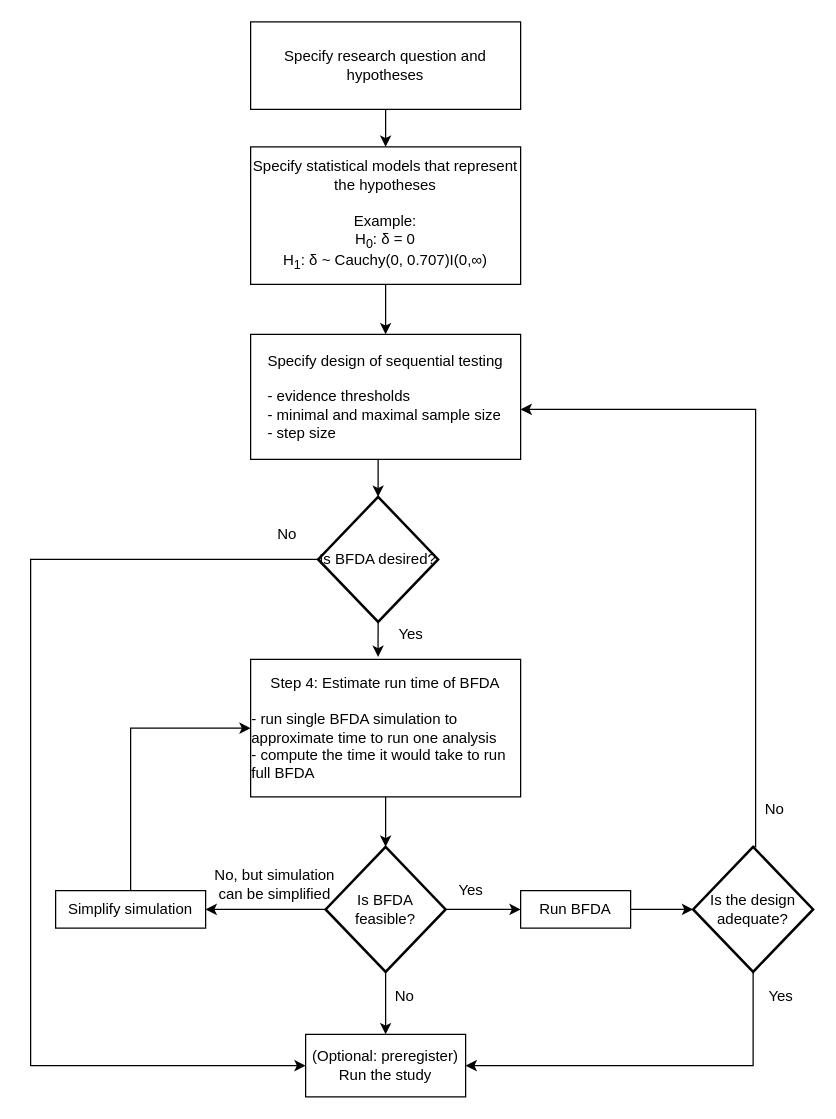
This is figures/planning-sequential-study.drawio from Kucharssim/infant-sequential-testing, a draw.io file, before an edit. Source tidied: cells renumbered, new cells numbered last; positions are measured from the earlier drawing's top-left corner, leaving out a move shared by most shapes. Both pictures are drawn from the tidied source at 125%, with x=0, y=0 at pixel (30, 21).
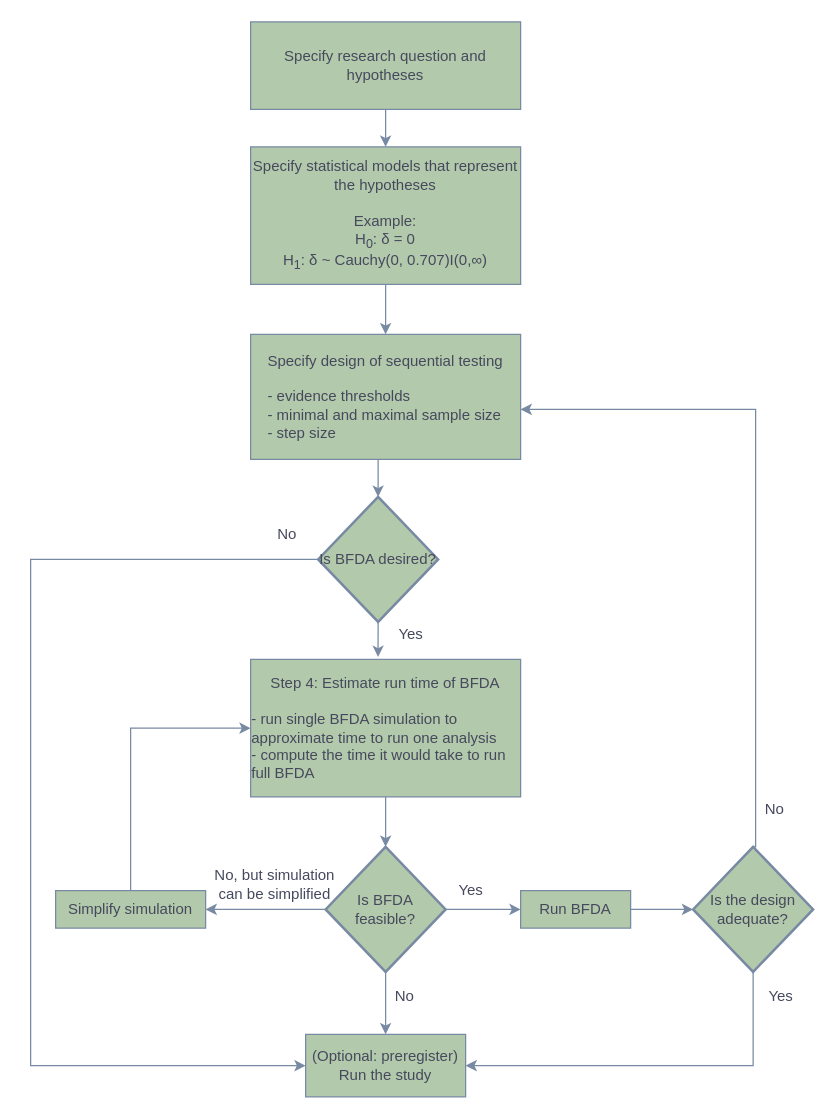
The same diagram, later.

The edit, as a diff of the source:
```diff
@@
-    <mxCell id="2" value="Specify research question and hypotheses" style="rounded=0;whiteSpace=wrap;html=1;" parent="1" vertex="1">
+    <mxCell id="2" value="Specify research question and hypotheses" style="rounded=0;whiteSpace=wrap;html=1;fillColor=#B2C9AB;strokeColor=#788AA3;fontColor=#46495D;" parent="1" vertex="1">
       <mxGeometry x="176" width="216" height="70" as="geometry" />
     </mxCell>
-    <mxCell id="3" value="Specify statistical models that represent the hypotheses&lt;br&gt;&lt;br&gt;Example:&lt;br&gt;H&lt;sub&gt;0&lt;/sub&gt;:&amp;nbsp;δ = 0&lt;br&gt;H&lt;sub&gt;1&lt;/sub&gt;:&amp;nbsp;δ ~ Cauchy(0, 0.707)I(0,∞)" style="rounded=0;whiteSpace=wrap;html=1;" parent="1" vertex="1">
+    <mxCell id="3" value="Specify statistical models that represent the hypotheses&lt;br&gt;&lt;br&gt;Example:&lt;br&gt;H&lt;sub&gt;0&lt;/sub&gt;:&amp;nbsp;δ = 0&lt;br&gt;H&lt;sub&gt;1&lt;/sub&gt;:&amp;nbsp;δ ~ Cauchy(0, 0.707)I(0,∞)" style="rounded=0;whiteSpace=wrap;html=1;fillColor=#B2C9AB;strokeColor=#788AA3;fontColor=#46495D;" parent="1" vertex="1">
       <mxGeometry x="176" y="100" width="216" height="110" as="geometry" />
     </mxCell>
-    <mxCell id="4" style="endArrow=classic;html=1;rounded=0;exitX=0.5;exitY=1;exitDx=0;exitDy=0;" parent="1" edge="1" source="2" target="3">
+    <mxCell id="4" style="endArrow=classic;html=1;rounded=0;exitX=0.5;exitY=1;exitDx=0;exitDy=0;strokeColor=#788AA3;fontColor=#46495D;" parent="1" edge="1" source="2" target="3">
       <mxGeometry relative="1" as="geometry" />
     </mxCell>
-    <mxCell id="5" value="Specify design of sequential testing&lt;br&gt;&lt;br&gt;&lt;div style=&quot;text-align: left&quot;&gt;&lt;span style=&quot;font-family: &amp;#34;helvetica&amp;#34; ; font-size: 12px ; font-weight: normal&quot;&gt;- evidence thresholds&lt;/span&gt;&lt;/div&gt;&lt;div style=&quot;text-align: left&quot;&gt;&lt;span style=&quot;font-family: &amp;#34;helvetica&amp;#34; ; font-size: 12px ; font-weight: normal&quot;&gt;- minimal and maximal sample size&lt;/span&gt;&lt;/div&gt;&lt;div style=&quot;text-align: left&quot;&gt;&lt;span style=&quot;font-family: &amp;#34;helvetica&amp;#34; ; font-size: 12px ; font-weight: normal&quot;&gt;- step size&lt;/span&gt;&lt;/div&gt;" style="rounded=0;whiteSpace=wrap;html=1;" parent="1" vertex="1">
+    <mxCell id="5" value="Specify design of sequential testing&lt;br&gt;&lt;br&gt;&lt;div style=&quot;text-align: left&quot;&gt;&lt;span style=&quot;font-family: &amp;#34;helvetica&amp;#34; ; font-size: 12px ; font-weight: normal&quot;&gt;- evidence thresholds&lt;/span&gt;&lt;/div&gt;&lt;div style=&quot;text-align: left&quot;&gt;&lt;span style=&quot;font-family: &amp;#34;helvetica&amp;#34; ; font-size: 12px ; font-weight: normal&quot;&gt;- minimal and maximal sample size&lt;/span&gt;&lt;/div&gt;&lt;div style=&quot;text-align: left&quot;&gt;&lt;span style=&quot;font-family: &amp;#34;helvetica&amp;#34; ; font-size: 12px ; font-weight: normal&quot;&gt;- step size&lt;/span&gt;&lt;/div&gt;" style="rounded=0;whiteSpace=wrap;html=1;fillColor=#B2C9AB;strokeColor=#788AA3;fontColor=#46495D;" parent="1" vertex="1">
       <mxGeometry x="176" y="250" width="216" height="100" as="geometry" />
     </mxCell>
-    <mxCell id="6" value="Step 4: Estimate run time of BFDA&lt;br&gt;&lt;span&gt;&lt;br&gt;&lt;div style=&quot;text-align: left&quot;&gt;&lt;span&gt;- run single BFDA simulation to approximate time to run one analysis&lt;/span&gt;&lt;/div&gt;&lt;div style=&quot;text-align: left&quot;&gt;&lt;span&gt;- compute the time it would take to run full BFDA&amp;nbsp;&lt;/span&gt;&lt;/div&gt;&lt;/span&gt;" style="rounded=0;whiteSpace=wrap;html=1;" parent="1" vertex="1">
+    <mxCell id="6" value="Step 4: Estimate run time of BFDA&lt;br&gt;&lt;span&gt;&lt;br&gt;&lt;div style=&quot;text-align: left&quot;&gt;&lt;span&gt;- run single BFDA simulation to approximate time to run one analysis&lt;/span&gt;&lt;/div&gt;&lt;div style=&quot;text-align: left&quot;&gt;&lt;span&gt;- compute the time it would take to run full BFDA&amp;nbsp;&lt;/span&gt;&lt;/div&gt;&lt;/span&gt;" style="rounded=0;whiteSpace=wrap;html=1;fillColor=#B2C9AB;strokeColor=#788AA3;fontColor=#46495D;" parent="1" vertex="1">
       <mxGeometry x="176" y="510" width="216" height="110" as="geometry" />
     </mxCell>
-    <mxCell id="7" value="Is BFDA feasible?" style="strokeWidth=2;html=1;shape=mxgraph.flowchart.decision;whiteSpace=wrap;align=center;" parent="1" vertex="1">
+    <mxCell id="7" value="Is BFDA feasible?" style="strokeWidth=2;html=1;shape=mxgraph.flowchart.decision;whiteSpace=wrap;align=center;fillColor=#B2C9AB;strokeColor=#788AA3;fontColor=#46495D;" parent="1" vertex="1">
       <mxGeometry x="236" y="660" width="96" height="100" as="geometry" />
     </mxCell>
-    <mxCell id="8" style="endArrow=classic;html=1;rounded=0;exitX=0.5;exitY=1;exitDx=0;exitDy=0;entryX=0.5;entryY=0;entryDx=0;entryDy=0;entryPerimeter=0;" parent="1" edge="1" source="6" target="7">
+    <mxCell id="8" style="endArrow=classic;html=1;rounded=0;exitX=0.5;exitY=1;exitDx=0;exitDy=0;entryX=0.5;entryY=0;entryDx=0;entryDy=0;entryPerimeter=0;strokeColor=#788AA3;fontColor=#46495D;" parent="1" edge="1" source="6" target="7">
       <mxGeometry relative="1" as="geometry" />
     </mxCell>
-    <mxCell id="9" value="Yes" style="text;html=1;align=center;verticalAlign=middle;strokeColor=none;fillColor=none;" parent="1" vertex="1">
+    <mxCell id="9" value="Yes" style="text;html=1;align=center;verticalAlign=middle;strokeColor=none;fillColor=none;fontColor=#46495D;" parent="1" vertex="1">
       <mxGeometry x="332" y="685" width="40" height="20" as="geometry" />
     </mxCell>
-    <mxCell id="10" value="Run BFDA" style="rounded=0;whiteSpace=wrap;html=1;align=center;" parent="1" vertex="1">
+    <mxCell id="10" value="Run BFDA" style="rounded=0;whiteSpace=wrap;html=1;align=center;fillColor=#B2C9AB;strokeColor=#788AA3;fontColor=#46495D;" parent="1" vertex="1">
       <mxGeometry x="392" y="695" width="88" height="30" as="geometry" />
     </mxCell>
-    <mxCell id="11" style="endArrow=classic;html=1;rounded=0;exitX=1;exitY=0.5;exitDx=0;exitDy=0;exitPerimeter=0;" parent="1" edge="1" source="7" target="10">
+    <mxCell id="11" style="endArrow=classic;html=1;rounded=0;exitX=1;exitY=0.5;exitDx=0;exitDy=0;exitPerimeter=0;strokeColor=#788AA3;fontColor=#46495D;" parent="1" edge="1" source="7" target="10">
       <mxGeometry relative="1" as="geometry" />
     </mxCell>
-    <mxCell id="12" value="Is the design adequate?" style="strokeWidth=2;html=1;shape=mxgraph.flowchart.decision;whiteSpace=wrap;align=center;" parent="1" vertex="1">
+    <mxCell id="12" value="Is the design adequate?" style="strokeWidth=2;html=1;shape=mxgraph.flowchart.decision;whiteSpace=wrap;align=center;fillColor=#B2C9AB;strokeColor=#788AA3;fontColor=#46495D;" parent="1" vertex="1">
       <mxGeometry x="530" y="660" width="96" height="100" as="geometry" />
     </mxCell>
-    <mxCell id="13" style="endArrow=classic;html=1;rounded=0;exitX=1;exitY=0.5;exitDx=0;exitDy=0;entryX=0;entryY=0.5;entryDx=0;entryDy=0;entryPerimeter=0;" parent="1" edge="1" source="10" target="12">
+    <mxCell id="13" style="endArrow=classic;html=1;rounded=0;exitX=1;exitY=0.5;exitDx=0;exitDy=0;entryX=0;entryY=0.5;entryDx=0;entryDy=0;entryPerimeter=0;strokeColor=#788AA3;fontColor=#46495D;" parent="1" edge="1" source="10" target="12">
       <mxGeometry relative="1" as="geometry" />
     </mxCell>
-    <mxCell id="14" value="No" style="text;html=1;align=center;verticalAlign=middle;strokeColor=none;fillColor=none;" parent="1" vertex="1">
+    <mxCell id="14" value="No" style="text;html=1;align=center;verticalAlign=middle;strokeColor=none;fillColor=none;fontColor=#46495D;" parent="1" vertex="1">
       <mxGeometry x="580" y="620" width="30" height="20" as="geometry" />
     </mxCell>
-    <mxCell id="15" style="edgeStyle=segmentEdgeStyle;endArrow=classic;html=1;rounded=0;entryX=1;entryY=0.6;entryDx=0;entryDy=0;entryPerimeter=0;exitX=0.5;exitY=0;exitDx=0;exitDy=0;exitPerimeter=0;" parent="1" edge="1" source="12" target="5">
+    <mxCell id="15" style="edgeStyle=segmentEdgeStyle;endArrow=classic;html=1;rounded=0;entryX=1;entryY=0.6;entryDx=0;entryDy=0;entryPerimeter=0;exitX=0.5;exitY=0;exitDx=0;exitDy=0;exitPerimeter=0;strokeColor=#788AA3;fontColor=#46495D;" parent="1" edge="1" source="12" target="5">
       <mxGeometry relative="1" as="geometry">
         <Array as="points">
           <mxPoint x="580" y="660" />
           <mxPoint x="580" y="310" />
         </Array>
       </mxGeometry>
     </mxCell>
-    <mxCell id="16" value="(Optional: preregister)&lt;br&gt;Run the study" style="rounded=0;whiteSpace=wrap;html=1;align=center;" parent="1" vertex="1">
+    <mxCell id="16" value="(Optional: preregister)&lt;br&gt;Run the study" style="rounded=0;whiteSpace=wrap;html=1;align=center;fillColor=#B2C9AB;strokeColor=#788AA3;fontColor=#46495D;" parent="1" vertex="1">
       <mxGeometry x="220" y="810" width="128" height="50" as="geometry" />
     </mxCell>
-    <mxCell id="17" style="edgeStyle=segmentEdgeStyle;endArrow=classic;html=1;rounded=0;exitX=0.5;exitY=1;exitDx=0;exitDy=0;exitPerimeter=0;entryX=1;entryY=0.5;entryDx=0;entryDy=0;" parent="1" edge="1" source="12" target="16">
+    <mxCell id="17" style="edgeStyle=segmentEdgeStyle;endArrow=classic;html=1;rounded=0;exitX=0.5;exitY=1;exitDx=0;exitDy=0;exitPerimeter=0;entryX=1;entryY=0.5;entryDx=0;entryDy=0;strokeColor=#788AA3;fontColor=#46495D;" parent="1" edge="1" source="12" target="16">
       <mxGeometry relative="1" as="geometry">
         <Array as="points">
           <mxPoint x="578" y="835" />
         </Array>
       </mxGeometry>
     </mxCell>
-    <mxCell id="18" value="Yes" style="text;html=1;align=center;verticalAlign=middle;strokeColor=none;fillColor=none;" parent="1" vertex="1">
+    <mxCell id="18" value="Yes" style="text;html=1;align=center;verticalAlign=middle;strokeColor=none;fillColor=none;fontColor=#46495D;" parent="1" vertex="1">
       <mxGeometry x="580" y="770" width="40" height="20" as="geometry" />
     </mxCell>
-    <mxCell id="19" value="Simplify simulation" style="rounded=0;whiteSpace=wrap;html=1;align=center;" parent="1" vertex="1">
+    <mxCell id="19" value="Simplify simulation" style="rounded=0;whiteSpace=wrap;html=1;align=center;fillColor=#B2C9AB;strokeColor=#788AA3;fontColor=#46495D;" parent="1" vertex="1">
       <mxGeometry x="20" y="695" width="120" height="30" as="geometry" />
     </mxCell>
-    <mxCell id="20" style="endArrow=classic;html=1;rounded=0;exitX=0;exitY=0.5;exitDx=0;exitDy=0;exitPerimeter=0;entryX=1;entryY=0.5;entryDx=0;entryDy=0;" parent="1" edge="1" source="7" target="19">
+    <mxCell id="20" style="endArrow=classic;html=1;rounded=0;exitX=0;exitY=0.5;exitDx=0;exitDy=0;exitPerimeter=0;entryX=1;entryY=0.5;entryDx=0;entryDy=0;strokeColor=#788AA3;fontColor=#46495D;" parent="1" edge="1" source="7" target="19">
       <mxGeometry relative="1" as="geometry" />
     </mxCell>
-    <mxCell id="21" value="No, but simulation &lt;br&gt;can be simplified" style="text;html=1;align=center;verticalAlign=middle;strokeColor=none;fillColor=none;" parent="1" vertex="1">
+    <mxCell id="21" value="No, but simulation &lt;br&gt;can be simplified" style="text;html=1;align=center;verticalAlign=middle;strokeColor=none;fillColor=none;fontColor=#46495D;" parent="1" vertex="1">
       <mxGeometry x="140" y="675" width="110" height="30" as="geometry" />
     </mxCell>
-    <mxCell id="22" style="edgeStyle=segmentEdgeStyle;endArrow=classic;html=1;rounded=0;exitX=0.5;exitY=0;exitDx=0;exitDy=0;entryX=0;entryY=0.5;entryDx=0;entryDy=0;" parent="1" edge="1" source="19" target="6">
+    <mxCell id="22" style="edgeStyle=segmentEdgeStyle;endArrow=classic;html=1;rounded=0;exitX=0.5;exitY=0;exitDx=0;exitDy=0;entryX=0;entryY=0.5;entryDx=0;entryDy=0;strokeColor=#788AA3;fontColor=#46495D;" parent="1" edge="1" source="19" target="6">
       <mxGeometry relative="1" as="geometry">
         <Array as="points">
           <mxPoint x="80" y="565" />
         </Array>
       </mxGeometry>
     </mxCell>
-    <mxCell id="23" style="endArrow=classic;html=1;rounded=0;exitX=0.5;exitY=1;exitDx=0;exitDy=0;exitPerimeter=0;entryX=0.5;entryY=0;entryDx=0;entryDy=0;" parent="1" edge="1" source="7" target="16">
+    <mxCell id="23" style="endArrow=classic;html=1;rounded=0;exitX=0.5;exitY=1;exitDx=0;exitDy=0;exitPerimeter=0;entryX=0.5;entryY=0;entryDx=0;entryDy=0;strokeColor=#788AA3;fontColor=#46495D;" parent="1" edge="1" source="7" target="16">
       <mxGeometry relative="1" as="geometry" />
     </mxCell>
-    <mxCell id="24" value="No" style="text;html=1;align=center;verticalAlign=middle;strokeColor=none;fillColor=none;" parent="1" vertex="1">
+    <mxCell id="24" value="No" style="text;html=1;align=center;verticalAlign=middle;strokeColor=none;fillColor=none;fontColor=#46495D;" parent="1" vertex="1">
       <mxGeometry x="284" y="770" width="30" height="20" as="geometry" />
     </mxCell>
-    <mxCell id="25" value="Is BFDA desired?" style="strokeWidth=2;html=1;shape=mxgraph.flowchart.decision;whiteSpace=wrap;align=center;" parent="1" vertex="1">
+    <mxCell id="25" value="Is BFDA desired?" style="strokeWidth=2;html=1;shape=mxgraph.flowchart.decision;whiteSpace=wrap;align=center;fillColor=#B2C9AB;strokeColor=#788AA3;fontColor=#46495D;" parent="1" vertex="1">
       <mxGeometry x="230" y="380" width="96" height="100" as="geometry" />
     </mxCell>
-    <mxCell id="26" style="endArrow=classic;html=1;rounded=0;exitX=0.5;exitY=1;exitDx=0;exitDy=0;" parent="1" edge="1" source="3" target="5">
+    <mxCell id="26" style="endArrow=classic;html=1;rounded=0;exitX=0.5;exitY=1;exitDx=0;exitDy=0;strokeColor=#788AA3;fontColor=#46495D;" parent="1" edge="1" source="3" target="5">
       <mxGeometry relative="1" as="geometry" />
     </mxCell>
-    <mxCell id="27" style="endArrow=classic;html=1;rounded=0;entryX=0.5;entryY=0;entryDx=0;entryDy=0;entryPerimeter=0;" parent="1" edge="1" target="25">
+    <mxCell id="27" style="endArrow=classic;html=1;rounded=0;entryX=0.5;entryY=0;entryDx=0;entryDy=0;entryPerimeter=0;strokeColor=#788AA3;fontColor=#46495D;" parent="1" edge="1" target="25">
       <mxGeometry relative="1" as="geometry">
         <mxPoint x="278" y="350" as="sourcePoint" />
       </mxGeometry>
     </mxCell>
-    <mxCell id="28" style="endArrow=classic;html=1;rounded=0;exitX=0.5;exitY=1;exitDx=0;exitDy=0;exitPerimeter=0;entryX=0.472;entryY=-0.018;entryDx=0;entryDy=0;entryPerimeter=0;" parent="1" edge="1" source="25" target="6">
+    <mxCell id="28" style="endArrow=classic;html=1;rounded=0;exitX=0.5;exitY=1;exitDx=0;exitDy=0;exitPerimeter=0;entryX=0.472;entryY=-0.018;entryDx=0;entryDy=0;entryPerimeter=0;strokeColor=#788AA3;fontColor=#46495D;" parent="1" edge="1" source="25" target="6">
       <mxGeometry relative="1" as="geometry" />
     </mxCell>
-    <mxCell id="29" value="Yes" style="text;html=1;align=center;verticalAlign=middle;strokeColor=none;fillColor=none;" parent="1" vertex="1">
+    <mxCell id="29" value="Yes" style="text;html=1;align=center;verticalAlign=middle;strokeColor=none;fillColor=none;fontColor=#46495D;" parent="1" vertex="1">
       <mxGeometry x="284" y="480" width="40" height="20" as="geometry" />
     </mxCell>
-    <mxCell id="30" style="edgeStyle=segmentEdgeStyle;endArrow=classic;html=1;rounded=0;exitX=0;exitY=0.5;exitDx=0;exitDy=0;exitPerimeter=0;entryX=0;entryY=0.5;entryDx=0;entryDy=0;" parent="1" edge="1" source="25" target="16">
+    <mxCell id="30" style="edgeStyle=segmentEdgeStyle;endArrow=classic;html=1;rounded=0;exitX=0;exitY=0.5;exitDx=0;exitDy=0;exitPerimeter=0;entryX=0;entryY=0.5;entryDx=0;entryDy=0;strokeColor=#788AA3;fontColor=#46495D;" parent="1" edge="1" source="25" target="16">
       <mxGeometry relative="1" as="geometry">
         <Array as="points">
           <mxPoint y="430" />
           <mxPoint y="835" />
         </Array>
       </mxGeometry>
     </mxCell>
-    <mxCell id="31" value="No" style="text;html=1;align=center;verticalAlign=middle;strokeColor=none;fillColor=none;" parent="1" vertex="1">
+    <mxCell id="31" value="No" style="text;html=1;align=center;verticalAlign=middle;strokeColor=none;fillColor=none;fontColor=#46495D;" parent="1" vertex="1">
       <mxGeometry x="190" y="400" width="30" height="20" as="geometry" />
     </mxCell>
```
